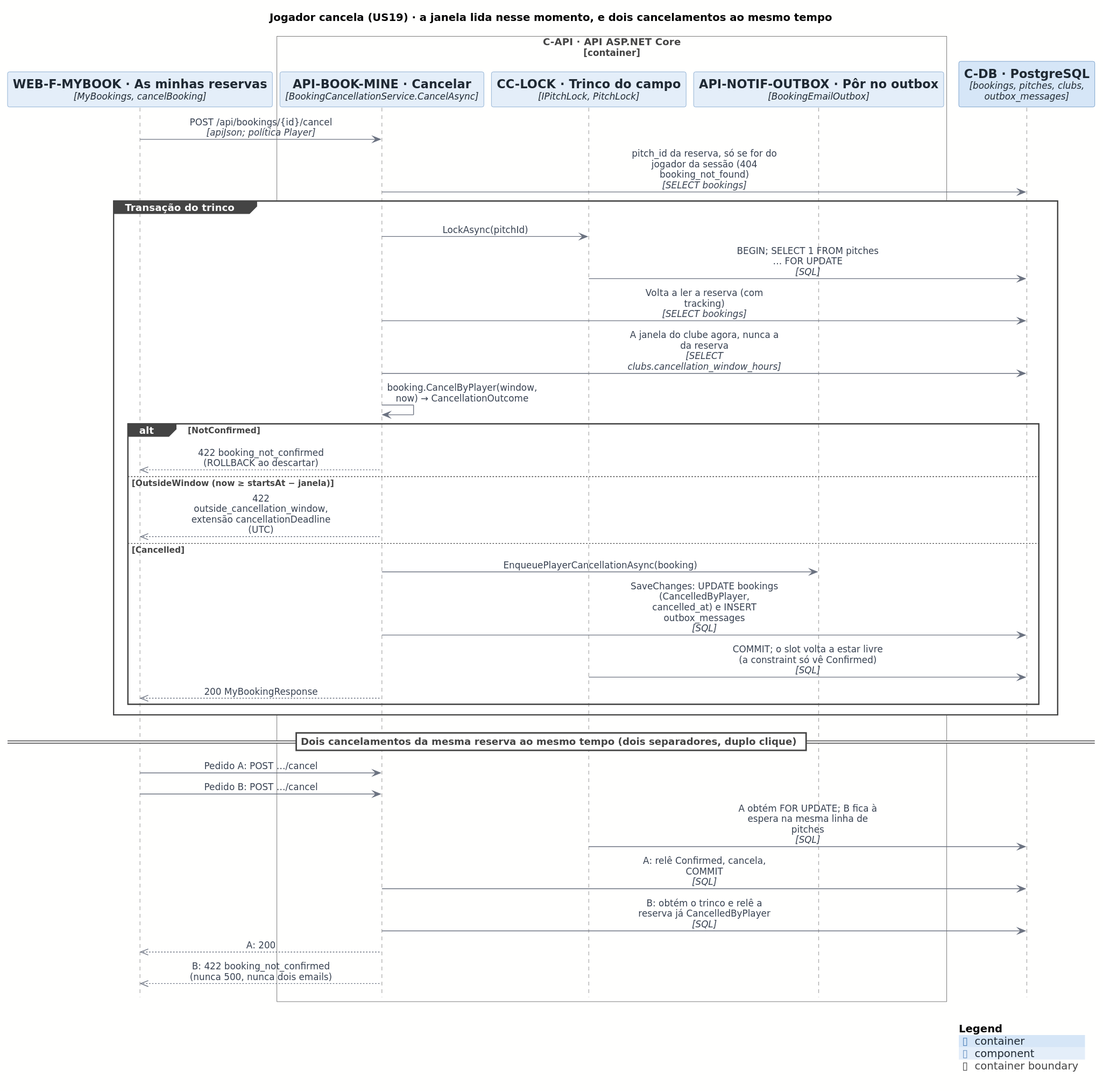
rodrigo4sousa/SportsEstablishments keeps this PlantUML diagram as docs/architecture/out/process-cancel-player.svg. Above is the earlier version.
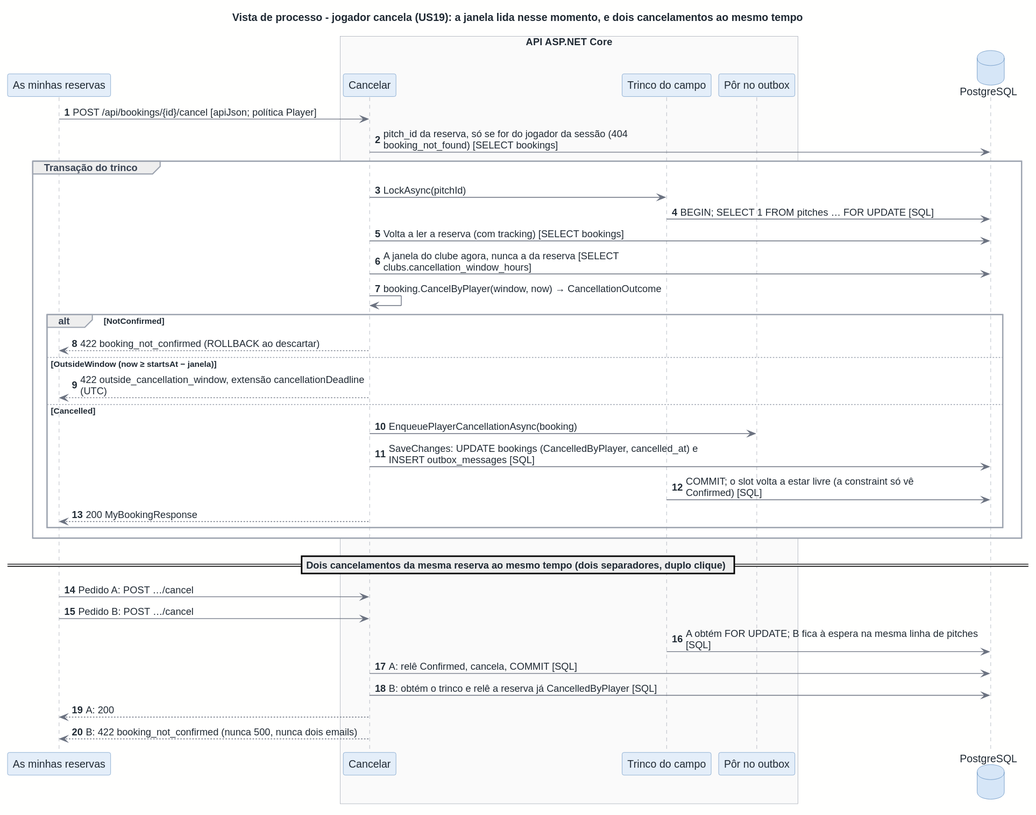
Above is the later version.

The edit, as a diff of the source:
```diff
@@ -1,46 +1,44 @@
 @startuml
-!include <C4/C4_Sequence>
 !include ../style.puml
 
-title Jogador cancela (US19) · a janela lida nesse momento, e dois cancelamentos ao mesmo tempo
+title Vista de processo - jogador cancela (US19): a janela lida nesse momento, e dois cancelamentos ao mesmo tempo
+autonumber
 
-Component(WEB_F_MYBOOK, "WEB-F-MYBOOK · As minhas reservas", "MyBookings, cancelBooking")
-Container_Boundary(C_API, "C-API · API ASP.NET Core")
-  Component(API_BOOK_MINE, "API-BOOK-MINE · Cancelar", "BookingCancellationService.CancelAsync")
-  Component(CC_LOCK, "CC-LOCK · Trinco do campo", "IPitchLock, PitchLock")
-  Component(API_NOTIF_OUTBOX, "API-NOTIF-OUTBOX · Pôr no outbox", "BookingEmailOutbox")
-Boundary_End()
-ContainerDb(C_DB, "C-DB · PostgreSQL", "bookings, pitches, clubs, outbox_messages")
+participant "As minhas reservas" as WEB_F_MYBOOK
+box "API ASP.NET Core"
+  participant "Cancelar" as API_BOOK_MINE
+  participant "Trinco do campo" as CC_LOCK
+  participant "Pôr no outbox" as API_NOTIF_OUTBOX
+end box
+database "PostgreSQL" as C_DB
 
-Rel(WEB_F_MYBOOK, API_BOOK_MINE, $plain("POST /api/bookings/{id}/cancel"), "apiJson; política Player")
-Rel(API_BOOK_MINE, C_DB, $plain("pitch_id da reserva, só se for do jogador da sessão (404 booking_not_found)"), "SELECT bookings")
+WEB_F_MYBOOK -> API_BOOK_MINE : POST /api/bookings/{id}/cancel [apiJson; política Player]
+API_BOOK_MINE -> C_DB : pitch_id da reserva, só se for do jogador da sessão (404\nbooking_not_found) [SELECT bookings]
 group Transação do trinco
-  Rel(API_BOOK_MINE, CC_LOCK, $plain("LockAsync(pitchId)"))
-  Rel(CC_LOCK, C_DB, $plain("BEGIN; SELECT 1 FROM pitches … FOR UPDATE"), "SQL")
-  Rel(API_BOOK_MINE, C_DB, $plain("Volta a ler a reserva (com tracking)"), "SELECT bookings")
-  Rel(API_BOOK_MINE, C_DB, $plain("A janela do clube agora, nunca a da reserva"), "SELECT clubs.cancellation_window_hours")
-  Rel(API_BOOK_MINE, API_BOOK_MINE, $plain("booking.CancelByPlayer(window, now) → CancellationOutcome"))
+  API_BOOK_MINE -> CC_LOCK : LockAsync(pitchId)
+  CC_LOCK -> C_DB : BEGIN; SELECT 1 FROM pitches … FOR UPDATE [SQL]
+  API_BOOK_MINE -> C_DB : Volta a ler a reserva (com tracking) [SELECT bookings]
+  API_BOOK_MINE -> C_DB : A janela do clube agora, nunca a da reserva [SELECT\nclubs.cancellation_window_hours]
+  API_BOOK_MINE -> API_BOOK_MINE : booking.CancelByPlayer(window, now) → CancellationOutcome
   alt NotConfirmed
-    Rel_Back(WEB_F_MYBOOK, API_BOOK_MINE, $plain("422 booking_not_confirmed (ROLLBACK ao descartar)"))
+    API_BOOK_MINE --> WEB_F_MYBOOK : 422 booking_not_confirmed (ROLLBACK ao descartar)
   else OutsideWindow (now ≥ startsAt − janela)
-    Rel_Back(WEB_F_MYBOOK, API_BOOK_MINE, $plain("422 outside_cancellation_window, extensão cancellationDeadline (UTC)"))
+    API_BOOK_MINE --> WEB_F_MYBOOK : 422 outside_cancellation_window, extensão cancellationDeadline\n(UTC)
   else Cancelled
-    Rel(API_BOOK_MINE, API_NOTIF_OUTBOX, $plain("EnqueuePlayerCancellationAsync(booking)"))
-    Rel(API_BOOK_MINE, C_DB, $plain("SaveChanges: UPDATE bookings (CancelledByPlayer, cancelled_at) e INSERT outbox_messages"), "SQL")
-    Rel(CC_LOCK, C_DB, $plain("COMMIT; o slot volta a estar livre (a constraint só vê Confirmed)"), "SQL")
-    Rel_Back(WEB_F_MYBOOK, API_BOOK_MINE, $plain("200 MyBookingResponse"))
+    API_BOOK_MINE -> API_NOTIF_OUTBOX : EnqueuePlayerCancellationAsync(booking)
+    API_BOOK_MINE -> C_DB : SaveChanges: UPDATE bookings (CancelledByPlayer, cancelled_at) e\nINSERT outbox_messages [SQL]
+    CC_LOCK -> C_DB : COMMIT; o slot volta a estar livre (a constraint só vê\nConfirmed) [SQL]
+    API_BOOK_MINE --> WEB_F_MYBOOK : 200 MyBookingResponse
   end
 end
 
 == Dois cancelamentos da mesma reserva ao mesmo tempo (dois separadores, duplo clique) ==
 
-Rel(WEB_F_MYBOOK, API_BOOK_MINE, $plain("Pedido A: POST …/cancel"))
-Rel(WEB_F_MYBOOK, API_BOOK_MINE, $plain("Pedido B: POST …/cancel"))
-Rel(CC_LOCK, C_DB, $plain("A obtém FOR UPDATE; B fica à espera na mesma linha de pitches"), "SQL")
-Rel(API_BOOK_MINE, C_DB, $plain("A: relê Confirmed, cancela, COMMIT"), "SQL")
-Rel(API_BOOK_MINE, C_DB, $plain("B: obtém o trinco e relê a reserva já CancelledByPlayer"), "SQL")
-Rel_Back(WEB_F_MYBOOK, API_BOOK_MINE, $plain("A: 200"))
-Rel_Back(WEB_F_MYBOOK, API_BOOK_MINE, $plain("B: 422 booking_not_confirmed (nunca 500, nunca dois emails)"))
-
-SHOW_LEGEND()
+WEB_F_MYBOOK -> API_BOOK_MINE : Pedido A: POST …/cancel
+WEB_F_MYBOOK -> API_BOOK_MINE : Pedido B: POST …/cancel
+CC_LOCK -> C_DB : A obtém FOR UPDATE; B fica à espera na mesma linha de pitches\n[SQL]
+API_BOOK_MINE -> C_DB : A: relê Confirmed, cancela, COMMIT [SQL]
+API_BOOK_MINE -> C_DB : B: obtém o trinco e relê a reserva já CancelledByPlayer [SQL]
+API_BOOK_MINE --> WEB_F_MYBOOK : A: 200
+API_BOOK_MINE --> WEB_F_MYBOOK : B: 422 booking_not_confirmed (nunca 500, nunca dois emails)
 @enduml
```
